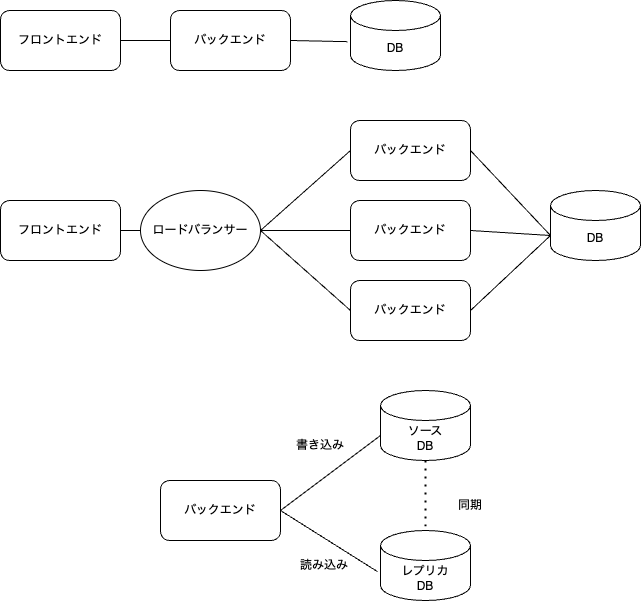
Above: diagram/scale_system.drawio.png in tsukasaI/qiita_drafts (draw.io), before the change. Source tidied: cells renumbered, new cells last; positions are measured from the earlier drawing's top-left corner, leaving out a move shared by most shapes. The source it was exported from:
```xml
<mxGraphModel>
  <root>
    <mxCell id="0" />
    <mxCell id="1" parent="0" />
    <mxCell id="2" value="バックエンド" style="rounded=1;whiteSpace=wrap;html=1;" parent="1" vertex="1">
      <mxGeometry x="170" y="10" width="120" height="60" as="geometry" />
    </mxCell>
    <mxCell id="3" value="DB" style="shape=cylinder3;whiteSpace=wrap;html=1;boundedLbl=1;backgroundOutline=1;size=15;" parent="1" vertex="1">
      <mxGeometry x="350" width="90" height="70" as="geometry" />
    </mxCell>
    <mxCell id="4" value="フロントエンド" style="rounded=1;whiteSpace=wrap;html=1;" parent="1" vertex="1">
      <mxGeometry y="10" width="120" height="60" as="geometry" />
    </mxCell>
    <mxCell id="5" style="endArrow=none;html=1;entryX=1;entryY=0.5;entryDx=0;entryDy=0;exitX=0;exitY=0.5;exitDx=0;exitDy=0;" parent="1" edge="1" source="2" target="4">
      <mxGeometry relative="1" as="geometry" />
    </mxCell>
    <mxCell id="6" style="endArrow=none;html=1;entryX=1;entryY=0.5;entryDx=0;entryDy=0;exitX=-0.033;exitY=0.588;exitDx=0;exitDy=0;exitPerimeter=0;" parent="1" edge="1" source="3" target="2">
      <mxGeometry relative="1" as="geometry" />
    </mxCell>
    <mxCell id="7" value="バックエンド" style="rounded=1;whiteSpace=wrap;html=1;" parent="1" vertex="1">
      <mxGeometry x="350" y="200" width="120" height="60" as="geometry" />
    </mxCell>
    <mxCell id="8" value="フロントエンド" style="rounded=1;whiteSpace=wrap;html=1;" parent="1" vertex="1">
      <mxGeometry y="200" width="120" height="60" as="geometry" />
    </mxCell>
    <mxCell id="9" style="endArrow=none;html=1;entryX=1;entryY=0.5;entryDx=0;entryDy=0;exitX=0;exitY=0.5;exitDx=0;exitDy=0;" parent="1" edge="1" source="10" target="8">
      <mxGeometry relative="1" as="geometry" />
    </mxCell>
    <mxCell id="10" value="ロードバランサー" style="ellipse;whiteSpace=wrap;html=1;" parent="1" vertex="1">
      <mxGeometry x="140" y="190" width="120" height="80" as="geometry" />
    </mxCell>
    <mxCell id="11" style="endArrow=none;html=1;entryX=1;entryY=0.5;entryDx=0;entryDy=0;exitX=0;exitY=0.5;exitDx=0;exitDy=0;" parent="1" edge="1" source="12" target="10">
      <mxGeometry relative="1" as="geometry" />
    </mxCell>
    <mxCell id="12" value="バックエンド" style="rounded=1;whiteSpace=wrap;html=1;" parent="1" vertex="1">
      <mxGeometry x="350" y="120" width="120" height="60" as="geometry" />
    </mxCell>
    <mxCell id="13" value="バックエンド" style="rounded=1;whiteSpace=wrap;html=1;" parent="1" vertex="1">
      <mxGeometry x="350" y="280" width="120" height="60" as="geometry" />
    </mxCell>
    <mxCell id="14" style="endArrow=none;html=1;entryX=1;entryY=0.5;entryDx=0;entryDy=0;exitX=0;exitY=0.5;exitDx=0;exitDy=0;" parent="1" edge="1" source="7" target="10">
      <mxGeometry relative="1" as="geometry" />
    </mxCell>
    <mxCell id="15" style="endArrow=none;html=1;exitX=0;exitY=0.5;exitDx=0;exitDy=0;" parent="1" edge="1" source="13">
      <mxGeometry relative="1" as="geometry">
        <mxPoint x="260" y="230" as="targetPoint" />
      </mxGeometry>
    </mxCell>
    <mxCell id="16" value="バックエンド" style="rounded=1;whiteSpace=wrap;html=1;" parent="1" vertex="1">
      <mxGeometry x="160" y="480" width="120" height="60" as="geometry" />
    </mxCell>
    <mxCell id="17" value="レプリカ&lt;br&gt;DB" style="shape=cylinder3;whiteSpace=wrap;html=1;boundedLbl=1;backgroundOutline=1;size=15;" parent="1" vertex="1">
      <mxGeometry x="380" y="530" width="90" height="70" as="geometry" />
    </mxCell>
    <mxCell id="18" style="endArrow=none;html=1;entryX=1;entryY=0.5;entryDx=0;entryDy=0;exitX=-0.033;exitY=0.588;exitDx=0;exitDy=0;exitPerimeter=0;" parent="1" edge="1" source="17" target="16">
      <mxGeometry relative="1" as="geometry" />
    </mxCell>
    <mxCell id="19" value="ソース&lt;br&gt;DB" style="shape=cylinder3;whiteSpace=wrap;html=1;boundedLbl=1;backgroundOutline=1;size=15;" parent="1" vertex="1">
      <mxGeometry x="380" y="390" width="90" height="70" as="geometry" />
    </mxCell>
    <mxCell id="20" style="endArrow=none;html=1;exitX=0;exitY=0;exitDx=0;exitDy=45;exitPerimeter=0;" parent="1" edge="1" source="19">
      <mxGeometry relative="1" as="geometry">
        <mxPoint x="280" y="510" as="targetPoint" />
      </mxGeometry>
    </mxCell>
    <mxCell id="21" value="書き込み" style="text;html=1;strokeColor=none;fillColor=none;align=center;verticalAlign=middle;whiteSpace=wrap;rounded=0;" parent="1" vertex="1">
      <mxGeometry x="290" y="430" width="60" height="30" as="geometry" />
    </mxCell>
    <mxCell id="22" value="読み込み" style="text;html=1;strokeColor=none;fillColor=none;align=center;verticalAlign=middle;whiteSpace=wrap;rounded=0;" parent="1" vertex="1">
      <mxGeometry x="294" y="550" width="60" height="30" as="geometry" />
    </mxCell>
    <mxCell id="23" style="endArrow=none;dashed=1;html=1;dashPattern=1 3;strokeWidth=2;entryX=0.5;entryY=0;entryDx=0;entryDy=0;entryPerimeter=0;exitX=0.5;exitY=1;exitDx=0;exitDy=0;exitPerimeter=0;" parent="1" edge="1" source="19" target="17">
      <mxGeometry relative="1" as="geometry" />
    </mxCell>
    <mxCell id="24" value="同期" style="text;html=1;strokeColor=none;fillColor=none;align=center;verticalAlign=middle;whiteSpace=wrap;rounded=0;" parent="1" vertex="1">
      <mxGeometry x="440" y="490" width="60" height="30" as="geometry" />
    </mxCell>
    <mxCell id="25" value="DB" style="shape=cylinder3;whiteSpace=wrap;html=1;boundedLbl=1;backgroundOutline=1;size=15;" parent="1" vertex="1">
      <mxGeometry x="550" y="190" width="90" height="70" as="geometry" />
    </mxCell>
    <mxCell id="26" style="endArrow=none;html=1;entryX=1;entryY=0.5;entryDx=0;entryDy=0;exitX=0;exitY=0;exitDx=0;exitDy=45;exitPerimeter=0;" parent="1" edge="1" source="25" target="7">
      <mxGeometry relative="1" as="geometry" />
    </mxCell>
    <mxCell id="27" style="endArrow=none;html=1;entryX=1;entryY=0.5;entryDx=0;entryDy=0;exitX=0;exitY=0;exitDx=0;exitDy=45;exitPerimeter=0;" parent="1" edge="1" source="25" target="12">
      <mxGeometry relative="1" as="geometry" />
    </mxCell>
    <mxCell id="28" style="endArrow=none;html=1;entryX=1;entryY=0.5;entryDx=0;entryDy=0;exitX=0;exitY=0;exitDx=0;exitDy=45;exitPerimeter=0;" parent="1" edge="1" source="25" target="13">
      <mxGeometry relative="1" as="geometry" />
    </mxCell>
  </root>
</mxGraphModel>
```
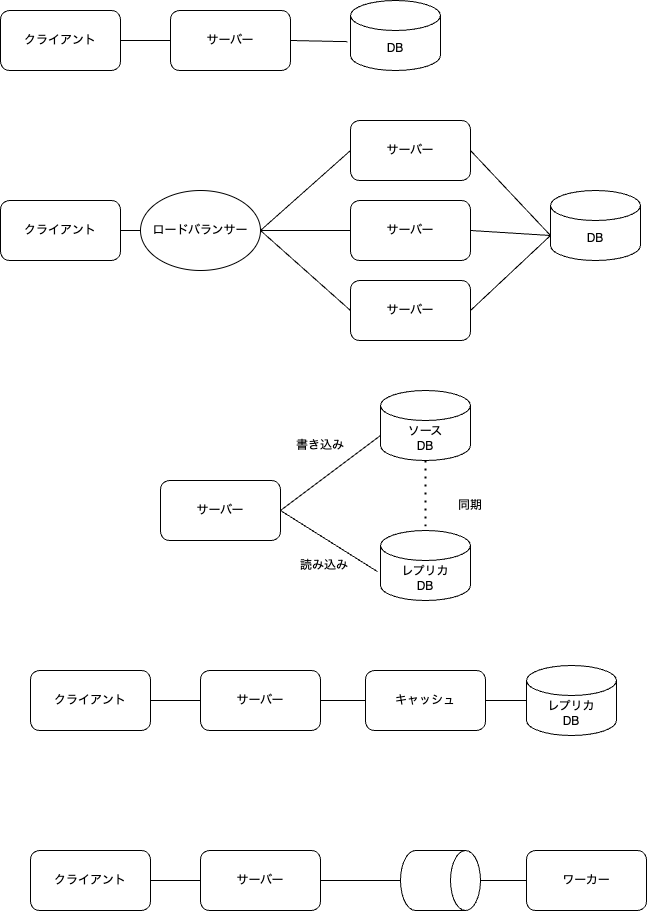
The same file after the commit.

The edit, as a diff of the source:
```diff
@@ -2,13 +2,13 @@
   <root>
     <mxCell id="0" />
     <mxCell id="1" parent="0" />
-    <mxCell id="2" value="バックエンド" style="rounded=1;whiteSpace=wrap;html=1;" parent="1" vertex="1">
+    <mxCell id="2" value="サーバー" style="rounded=1;whiteSpace=wrap;html=1;" parent="1" vertex="1">
       <mxGeometry x="170" y="10" width="120" height="60" as="geometry" />
     </mxCell>
     <mxCell id="3" value="DB" style="shape=cylinder3;whiteSpace=wrap;html=1;boundedLbl=1;backgroundOutline=1;size=15;" parent="1" vertex="1">
       <mxGeometry x="350" width="90" height="70" as="geometry" />
     </mxCell>
-    <mxCell id="4" value="フロントエンド" style="rounded=1;whiteSpace=wrap;html=1;" parent="1" vertex="1">
+    <mxCell id="4" value="クライアント" style="rounded=1;whiteSpace=wrap;html=1;" parent="1" vertex="1">
       <mxGeometry y="10" width="120" height="60" as="geometry" />
     </mxCell>
     <mxCell id="5" style="endArrow=none;html=1;entryX=1;entryY=0.5;entryDx=0;entryDy=0;exitX=0;exitY=0.5;exitDx=0;exitDy=0;" parent="1" edge="1" source="2" target="4">
@@ -17,10 +17,10 @@
     <mxCell id="6" style="endArrow=none;html=1;entryX=1;entryY=0.5;entryDx=0;entryDy=0;exitX=-0.033;exitY=0.588;exitDx=0;exitDy=0;exitPerimeter=0;" parent="1" edge="1" source="3" target="2">
       <mxGeometry relative="1" as="geometry" />
     </mxCell>
-    <mxCell id="7" value="バックエンド" style="rounded=1;whiteSpace=wrap;html=1;" parent="1" vertex="1">
+    <mxCell id="7" value="サーバー" style="rounded=1;whiteSpace=wrap;html=1;" parent="1" vertex="1">
       <mxGeometry x="350" y="200" width="120" height="60" as="geometry" />
     </mxCell>
-    <mxCell id="8" value="フロントエンド" style="rounded=1;whiteSpace=wrap;html=1;" parent="1" vertex="1">
+    <mxCell id="8" value="クライアント" style="rounded=1;whiteSpace=wrap;html=1;" parent="1" vertex="1">
       <mxGeometry y="200" width="120" height="60" as="geometry" />
     </mxCell>
     <mxCell id="9" style="endArrow=none;html=1;entryX=1;entryY=0.5;entryDx=0;entryDy=0;exitX=0;exitY=0.5;exitDx=0;exitDy=0;" parent="1" edge="1" source="10" target="8">
@@ -32,10 +32,10 @@
     <mxCell id="11" style="endArrow=none;html=1;entryX=1;entryY=0.5;entryDx=0;entryDy=0;exitX=0;exitY=0.5;exitDx=0;exitDy=0;" parent="1" edge="1" source="12" target="10">
       <mxGeometry relative="1" as="geometry" />
     </mxCell>
-    <mxCell id="12" value="バックエンド" style="rounded=1;whiteSpace=wrap;html=1;" parent="1" vertex="1">
+    <mxCell id="12" value="サーバー" style="rounded=1;whiteSpace=wrap;html=1;" parent="1" vertex="1">
       <mxGeometry x="350" y="120" width="120" height="60" as="geometry" />
     </mxCell>
-    <mxCell id="13" value="バックエンド" style="rounded=1;whiteSpace=wrap;html=1;" parent="1" vertex="1">
+    <mxCell id="13" value="サーバー" style="rounded=1;whiteSpace=wrap;html=1;" parent="1" vertex="1">
       <mxGeometry x="350" y="280" width="120" height="60" as="geometry" />
     </mxCell>
     <mxCell id="14" style="endArrow=none;html=1;entryX=1;entryY=0.5;entryDx=0;entryDy=0;exitX=0;exitY=0.5;exitDx=0;exitDy=0;" parent="1" edge="1" source="7" target="10">
@@ -46,7 +46,7 @@
         <mxPoint x="260" y="230" as="targetPoint" />
       </mxGeometry>
     </mxCell>
-    <mxCell id="16" value="バックエンド" style="rounded=1;whiteSpace=wrap;html=1;" parent="1" vertex="1">
+    <mxCell id="16" value="サーバー" style="rounded=1;whiteSpace=wrap;html=1;" parent="1" vertex="1">
       <mxGeometry x="160" y="480" width="120" height="60" as="geometry" />
     </mxCell>
     <mxCell id="17" value="レプリカ&lt;br&gt;DB" style="shape=cylinder3;whiteSpace=wrap;html=1;boundedLbl=1;backgroundOutline=1;size=15;" parent="1" vertex="1">
@@ -87,5 +87,47 @@
     <mxCell id="28" style="endArrow=none;html=1;entryX=1;entryY=0.5;entryDx=0;entryDy=0;exitX=0;exitY=0;exitDx=0;exitDy=45;exitPerimeter=0;" parent="1" edge="1" source="25" target="13">
       <mxGeometry relative="1" as="geometry" />
     </mxCell>
+    <mxCell id="29" style="edgeStyle=none;html=1;endArrow=none;endFill=0;" parent="1" edge="1" source="30" target="35">
+      <mxGeometry relative="1" as="geometry" />
+    </mxCell>
+    <mxCell id="30" value="サーバー" style="rounded=1;whiteSpace=wrap;html=1;" parent="1" vertex="1">
+      <mxGeometry x="200" y="670" width="120" height="60" as="geometry" />
+    </mxCell>
+    <mxCell id="31" value="レプリカ&lt;br&gt;DB" style="shape=cylinder3;whiteSpace=wrap;html=1;boundedLbl=1;backgroundOutline=1;size=15;" parent="1" vertex="1">
+      <mxGeometry x="526" y="665" width="90" height="70" as="geometry" />
+    </mxCell>
+    <mxCell id="32" value="クライアント" style="rounded=1;whiteSpace=wrap;html=1;" parent="1" vertex="1">
+      <mxGeometry x="30" y="670" width="120" height="60" as="geometry" />
+    </mxCell>
+    <mxCell id="33" style="endArrow=none;html=1;entryX=1;entryY=0.5;entryDx=0;entryDy=0;exitX=0;exitY=0.5;exitDx=0;exitDy=0;" parent="1" edge="1" source="30" target="32">
+      <mxGeometry relative="1" as="geometry" />
+    </mxCell>
+    <mxCell id="34" style="edgeStyle=none;html=1;entryX=0;entryY=0.5;entryDx=0;entryDy=0;entryPerimeter=0;endArrow=none;endFill=0;" parent="1" edge="1" source="35" target="31">
+      <mxGeometry relative="1" as="geometry" />
+    </mxCell>
+    <mxCell id="35" value="キャッシュ" style="whiteSpace=wrap;html=1;rounded=1;" parent="1" vertex="1">
+      <mxGeometry x="365" y="670" width="120" height="60" as="geometry" />
+    </mxCell>
+    <mxCell id="36" style="edgeStyle=none;html=1;endArrow=none;endFill=0;" parent="1" edge="1" source="37" target="41">
+      <mxGeometry relative="1" as="geometry" />
+    </mxCell>
+    <mxCell id="37" value="サーバー" style="rounded=1;whiteSpace=wrap;html=1;" parent="1" vertex="1">
+      <mxGeometry x="200" y="850" width="120" height="60" as="geometry" />
+    </mxCell>
+    <mxCell id="38" value="クライアント" style="rounded=1;whiteSpace=wrap;html=1;" parent="1" vertex="1">
+      <mxGeometry x="30" y="850" width="120" height="60" as="geometry" />
+    </mxCell>
+    <mxCell id="39" style="endArrow=none;html=1;entryX=1;entryY=0.5;entryDx=0;entryDy=0;exitX=0;exitY=0.5;exitDx=0;exitDy=0;" parent="1" edge="1" source="37" target="38">
+      <mxGeometry relative="1" as="geometry" />
+    </mxCell>
+    <mxCell id="40" style="edgeStyle=none;html=1;entryX=0;entryY=0.5;entryDx=0;entryDy=0;endArrow=none;endFill=0;" parent="1" edge="1" source="41" target="42">
+      <mxGeometry relative="1" as="geometry" />
+    </mxCell>
+    <mxCell id="41" style="shape=cylinder3;whiteSpace=wrap;html=1;boundedLbl=1;backgroundOutline=1;size=15;rotation=90;" parent="1" vertex="1">
+      <mxGeometry x="410" y="840" width="60" height="80" as="geometry" />
+    </mxCell>
+    <mxCell id="42" value="ワーカー" style="rounded=1;whiteSpace=wrap;html=1;" parent="1" vertex="1">
+      <mxGeometry x="526" y="850" width="120" height="60" as="geometry" />
+    </mxCell>
   </root>
 </mxGraphModel>
```
